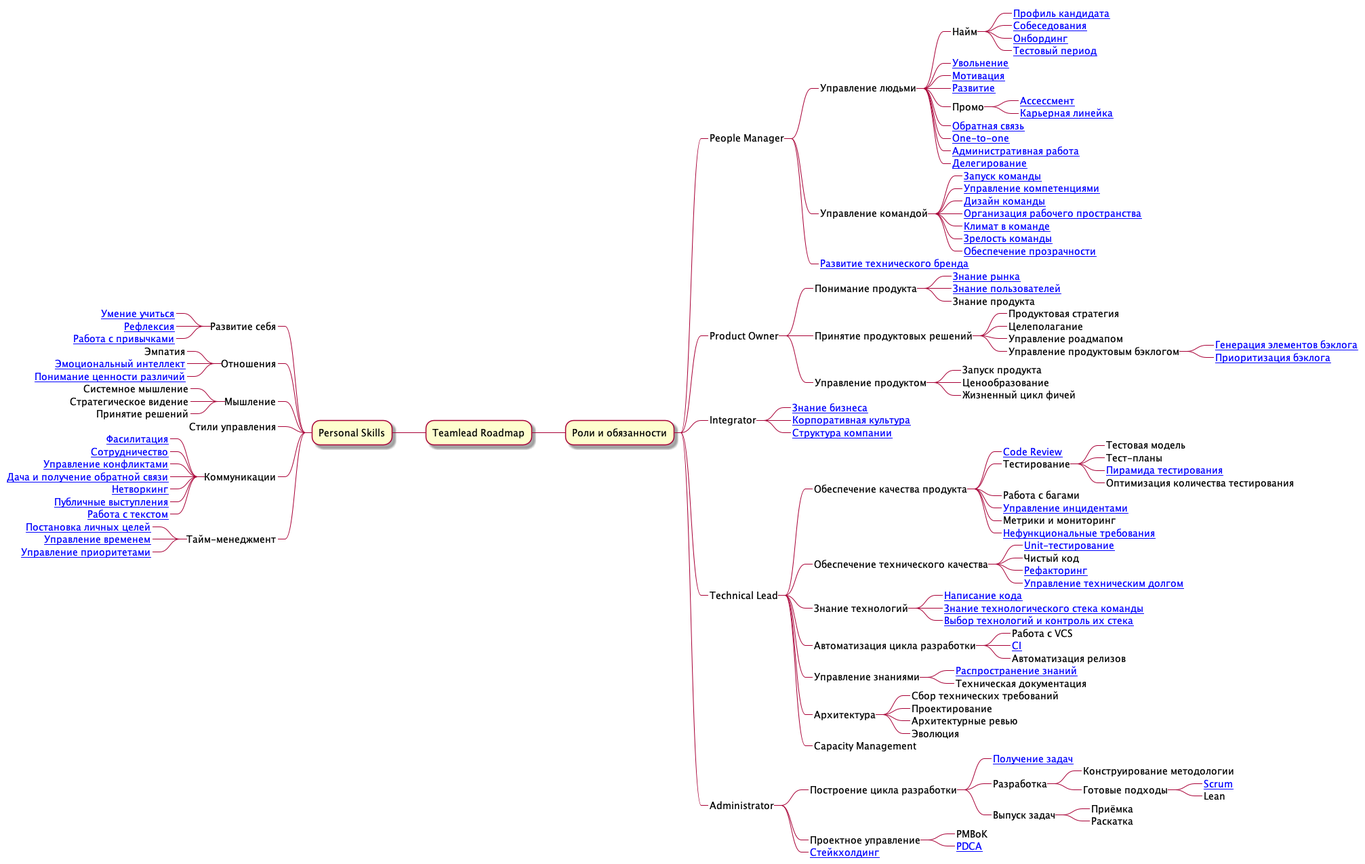
Above: roadmap.png in tlbootcamp/tlroadmap (PlantUML), before the change.
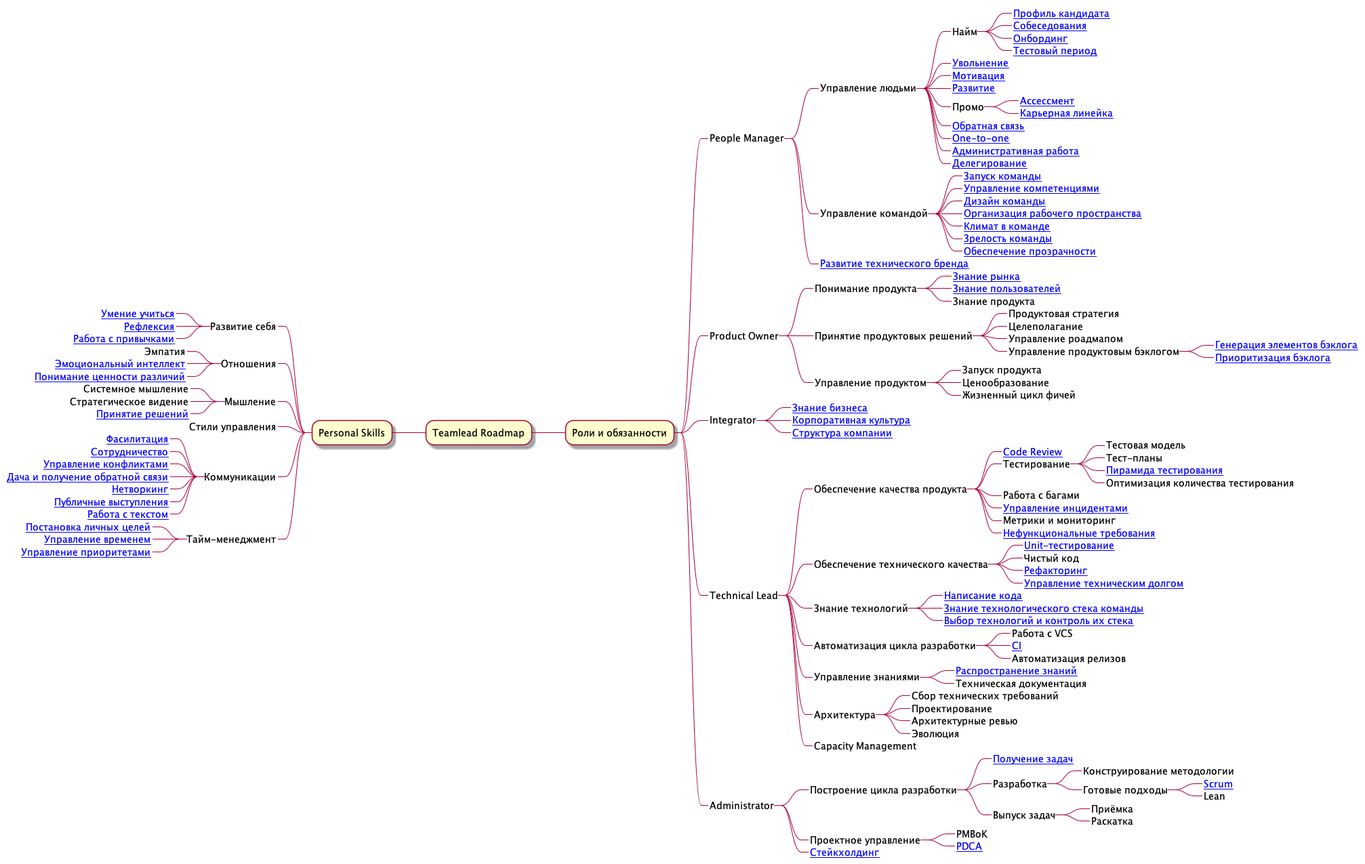
Later version of the same file.

Commit message:
add decision-making

What changed in the source:
```diff
@@ -111,7 +111,7 @@
 ***_ Мышление
 ****_ Системное мышление
 ****_ Стратегическое видение
-****_ Принятие решений
+****_ [[https://github.com/tlbootcamp/tlroadmap/blob/master/skills/self-improvement/decision-making.md Принятие решений]]
 ***_ Стили управления
 ***_ Коммуникации
 ****_ [[https://github.com/tlbootcamp/tlroadmap/blob/master/skills/self-improvement/facilitation.md Фасилитация]]
```
